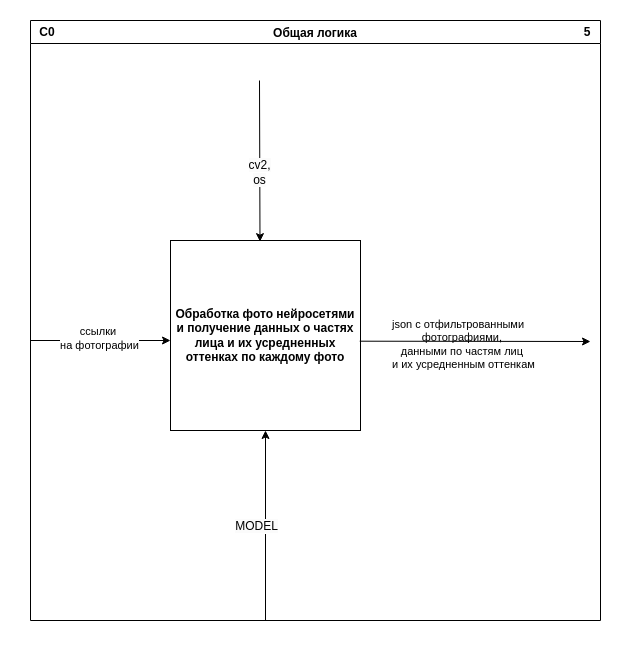
Earlier version of the draw.io diagram page "Общая логика (C0)" (5 of 7) of documentation/Диаграмма без названия.drawio (DashaTkach/Project). Source tidied: cells renumbered, new cells numbered last; positions are measured from the earlier drawing's top-left corner, leaving out a move shared by most shapes. Both pictures are drawn from the tidied source at 100%, with x=0, y=0 at pixel (17, 17).
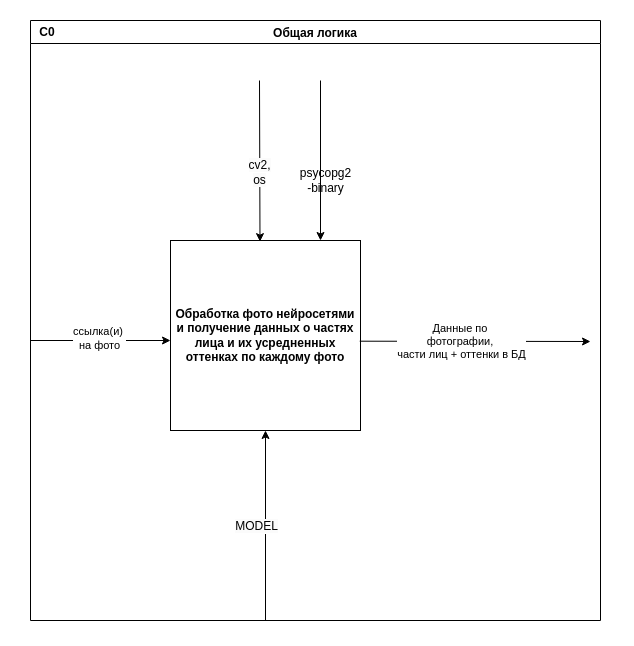
The same page after the edit.

Unchanged cells that the change refers to:
```xml
<mxCell id="4" value="Общая логика" style="swimlane;" parent="1" vertex="1">
  <mxGeometry x="13" y="3" width="570" height="600" as="geometry" />
</mxCell>
```

Change to the diagram source:
```diff
@@
+    <mxCell id="13" value="&lt;b&gt;5&lt;/b&gt;" style="text;html=1;align=center;verticalAlign=middle;whiteSpace=wrap;rounded=0;" parent="1" vertex="1">
+      <mxGeometry x="540" width="60" height="30" as="geometry" />
+    </mxCell>
@@
-    <mxCell id="8" value="ссылки&amp;nbsp;&lt;div&gt;на фотографии&lt;/div&gt;" style="edgeLabel;html=1;align=center;verticalAlign=middle;" parent="4" vertex="1">
+    <mxCell id="8" value="ссылка(и)&amp;nbsp;&lt;div&gt;на фото&lt;/div&gt;" style="edgeLabel;html=1;align=center;verticalAlign=middle;" parent="4" vertex="1">
       <mxGeometry x="70" y="350" as="geometry">
         <mxPoint x="-2" y="-33" as="offset" />
       </mxGeometry>
     </mxCell>
@@
-    <mxCell id="12" value="&lt;span style=&quot;color: rgb(0, 0, 0); font-family: Helvetica; font-size: 11px; font-style: normal; font-variant-ligatures: normal; font-variant-caps: normal; font-weight: 400; letter-spacing: normal; orphans: 2; text-align: center; text-indent: 0px; text-transform: none; widows: 2; word-spacing: 0px; -webkit-text-stroke-width: 0px; white-space: nowrap; background-color: rgb(255, 255, 255); text-decoration-thickness: initial; text-decoration-style: initial; text-decoration-color: initial; display: inline !important; float: none;&quot;&gt;json с отфильтрованными&amp;nbsp;&lt;/span&gt;&lt;div style=&quot;color: rgb(0, 0, 0); font-family: Helvetica; font-size: 11px; font-style: normal; font-variant-ligatures: normal; font-variant-caps: normal; font-weight: 400; letter-spacing: normal; orphans: 2; text-align: center; text-indent: 0px; text-transform: none; widows: 2; word-spacing: 0px; -webkit-text-stroke-width: 0px; white-space: nowrap; text-decoration-thickness: initial; text-decoration-style: initial; text-decoration-color: initial;&quot;&gt;фотографиями,&amp;nbsp;&lt;/div&gt;&lt;div style=&quot;color: rgb(0, 0, 0); font-family: Helvetica; font-size: 11px; font-style: normal; font-variant-ligatures: normal; font-variant-caps: normal; font-weight: 400; letter-spacing: normal; orphans: 2; text-align: center; text-indent: 0px; text-transform: none; widows: 2; word-spacing: 0px; -webkit-text-stroke-width: 0px; white-space: nowrap; text-decoration-thickness: initial; text-decoration-style: initial; text-decoration-color: initial;&quot;&gt;данными по частям лиц&amp;nbsp;&lt;/div&gt;&lt;div style=&quot;color: rgb(0, 0, 0); font-family: Helvetica; font-size: 11px; font-style: normal; font-variant-ligatures: normal; font-variant-caps: normal; font-weight: 400; letter-spacing: normal; orphans: 2; text-align: center; text-indent: 0px; text-transform: none; widows: 2; word-spacing: 0px; -webkit-text-stroke-width: 0px; white-space: nowrap; text-decoration-thickness: initial; text-decoration-style: initial; text-decoration-color: initial;&quot;&gt;и их усредненным оттенкам&lt;/div&gt;" style="text;whiteSpace=wrap;html=1;" parent="4" vertex="1">
-      <mxGeometry x="360" y="290" width="180" height="80" as="geometry" />
-    </mxCell>
-    <mxCell id="13" value="&lt;b&gt;5&lt;/b&gt;" style="text;html=1;align=center;verticalAlign=middle;whiteSpace=wrap;rounded=0;" parent="1" vertex="1">
-      <mxGeometry x="540" width="60" height="30" as="geometry" />
-    </mxCell>
+    <mxCell id="14" value="Данные по&amp;nbsp;&lt;div&gt;фотографии,&amp;nbsp;&lt;div&gt;части лиц + оттенки в БД&lt;/div&gt;&lt;/div&gt;" style="edgeLabel;html=1;align=center;verticalAlign=middle;" parent="4" vertex="1">
+      <mxGeometry x="410" y="330" as="geometry">
+        <mxPoint x="20" y="-10" as="offset" />
+      </mxGeometry>
+    </mxCell>
+    <mxCell id="15" style="endArrow=classic;html=1;rounded=0;" parent="4" edge="1">
+      <mxGeometry relative="1" as="geometry">
+        <mxPoint x="290" y="60" as="sourcePoint" />
+        <mxPoint x="290" y="220" as="targetPoint" />
+      </mxGeometry>
+    </mxCell>
+    <mxCell id="16" value="psycopg2&lt;div&gt;-binary&lt;/div&gt;" style="text;html=1;align=center;verticalAlign=middle;strokeColor=none;fillColor=none;" parent="4" vertex="1">
+      <mxGeometry x="260" y="140" width="70" height="40" as="geometry" />
+    </mxCell>
```
